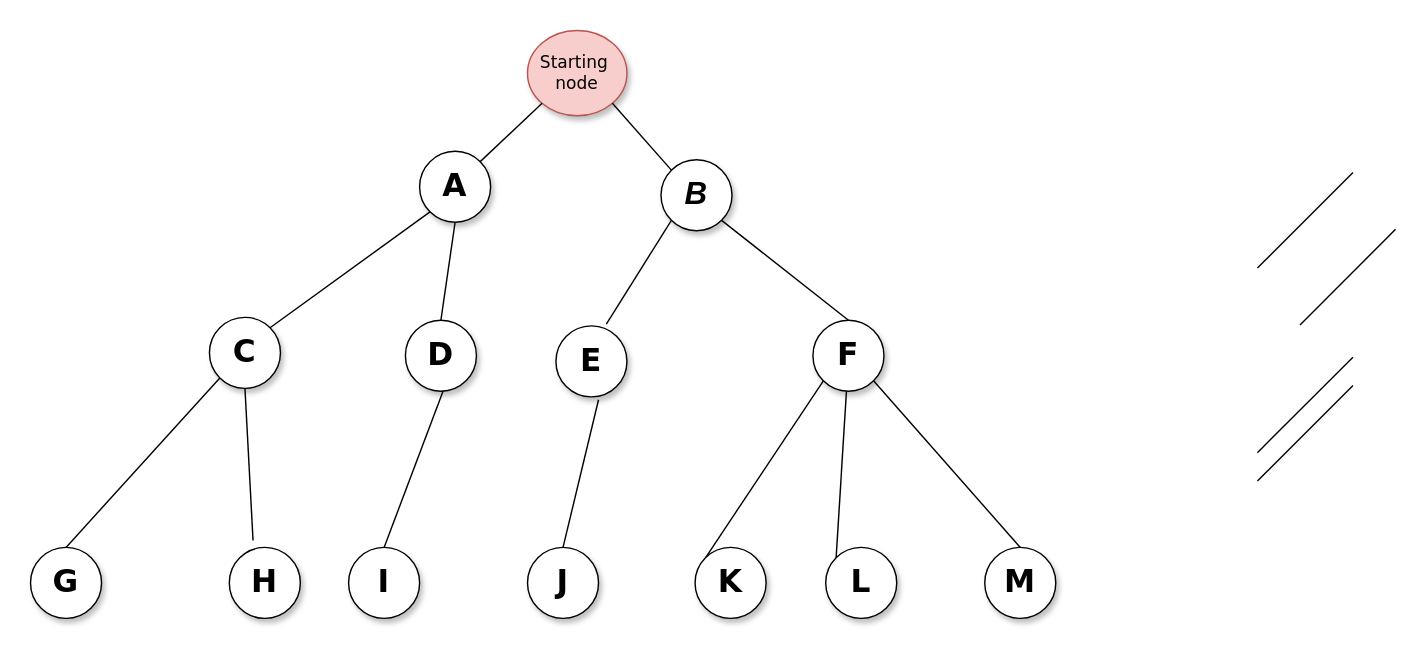
Before: page "Page-1" (1 of 2) of Untitled Diagram.drawio in jacklfa/test1, a draw.io diagram. Source tidied: cells renumbered, new cells numbered last; positions are measured from the earlier drawing's top-left corner, leaving out a move shared by most shapes. Both pictures are drawn from the tidied source at 142%, with x=0, y=0 at pixel (30, 30).
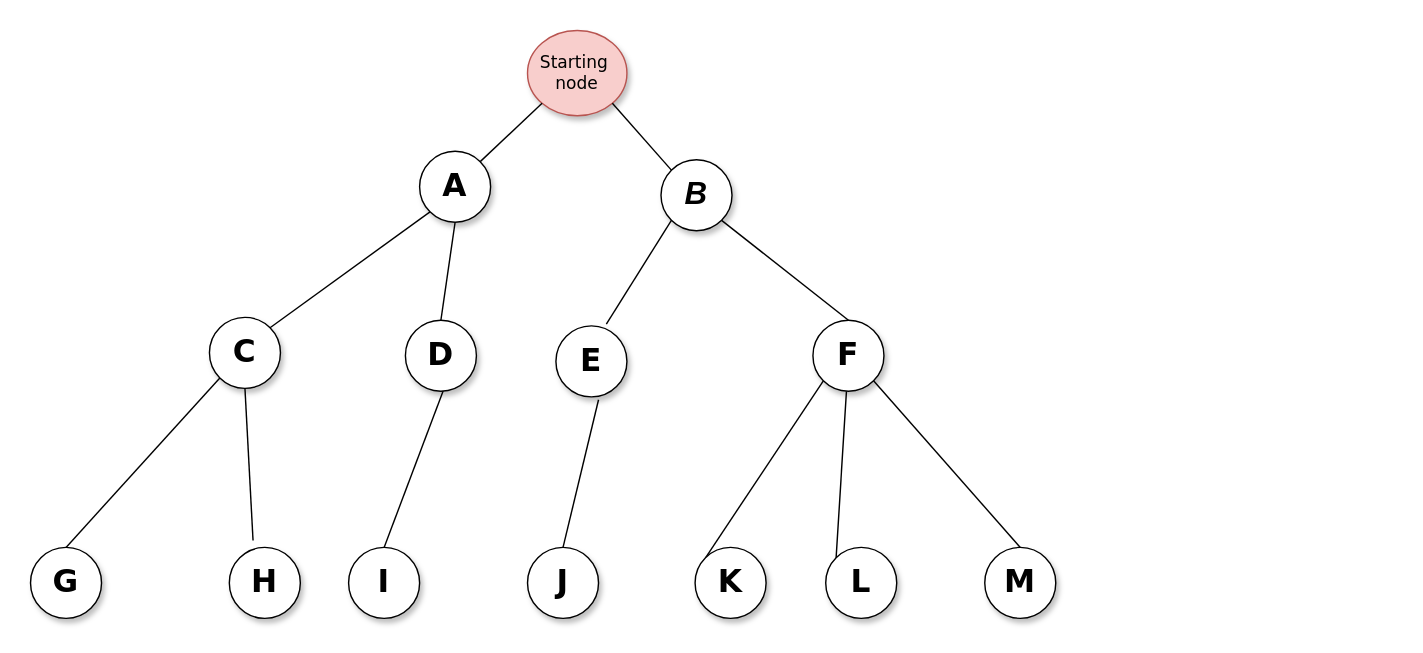
After the change.

What changed in the source:
```diff
@@
-    <mxCell id="11" style="endArrow=none;html=1;entryX=0;entryY=1;entryDx=0;entryDy=0;" parent="1" edge="1">
-      <mxGeometry relative="1" as="geometry">
-        <mxPoint x="864" y="317.3" as="sourcePoint" />
-        <mxPoint x="931.3" y="250" as="targetPoint" />
-      </mxGeometry>
-    </mxCell>
@@
-    <mxCell id="15" style="endArrow=none;html=1;entryX=0;entryY=1;entryDx=0;entryDy=0;" parent="1" edge="1">
-      <mxGeometry relative="1" as="geometry">
-        <mxPoint x="894" y="207.3" as="sourcePoint" />
-        <mxPoint x="961.3" y="140" as="targetPoint" />
-      </mxGeometry>
-    </mxCell>
-    <mxCell id="16" style="endArrow=none;html=1;entryX=0;entryY=1;entryDx=0;entryDy=0;" parent="1" edge="1">
-      <mxGeometry relative="1" as="geometry">
-        <mxPoint x="864" y="167.3" as="sourcePoint" />
-        <mxPoint x="931.3" y="100" as="targetPoint" />
-      </mxGeometry>
-    </mxCell>
@@
-    <mxCell id="20" style="endArrow=none;html=1;entryX=0;entryY=1;entryDx=0;entryDy=0;" parent="1" edge="1">
-      <mxGeometry relative="1" as="geometry">
-        <mxPoint x="864" y="297.3" as="sourcePoint" />
-        <mxPoint x="931.3" y="230" as="targetPoint" />
-      </mxGeometry>
-    </mxCell>
```
